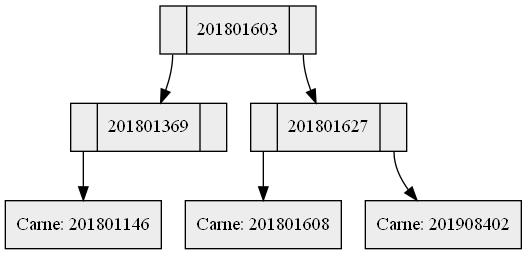
Earlier version of the Graphviz export Fase 2/ArbolEstudiantes.png (Edag09/EDD_SmartClass_201801627). Its source is kept beside it as Fase 2/ArbolEstudiantes.dot. Source of this version:
```dot
digraph Three {
rankdir=TB;
node [shape = record, color=black , style=filled, fillcolor=gray93];
Node201801603[label ="<C0>|201801603|<C1>"];
Node201801369[label ="<C0>|201801369|<C1>"];
Node201801146[label="Carne: 201801146"];
Node201801369:C0->Node201801146
Node201801603:C0->Node201801369
Node201801627[label ="<C0>|201801627|<C1>"];
Node201801608[label="Carne: 201801608"];
Node201801627:C0->Node201801608
Node201908402[label="Carne: 201908402"];
Node201801627:C1->Node201908402
Node201801603:C1->Node201801627

}
```
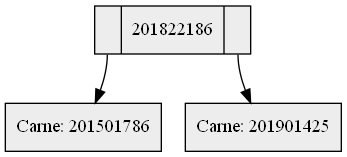
After the change.

What changed in the source:
```diff
@@ -1,16 +1,10 @@
 digraph Three {
 rankdir=TB;
 node [shape = record, color=black , style=filled, fillcolor=gray93];
-Node201801603[label ="<C0>|201801603|<C1>"];
-Node201801369[label ="<C0>|201801369|<C1>"];
-Node201801146[label="Carne: 201801146"];
-Node201801369:C0->Node201801146
-Node201801603:C0->Node201801369
-Node201801627[label ="<C0>|201801627|<C1>"];
-Node201801608[label="Carne: 201801608"];
-Node201801627:C0->Node201801608
-Node201908402[label="Carne: 201908402"];
-Node201801627:C1->Node201908402
-Node201801603:C1->Node201801627
+Node201822186[label ="<C0>|201822186|<C1>"];
+Node201501786[label="Carne: 201501786"];
+Node201822186:C0->Node201501786
+Node201901425[label="Carne: 201901425"];
+Node201822186:C1->Node201901425
 
 }
```
